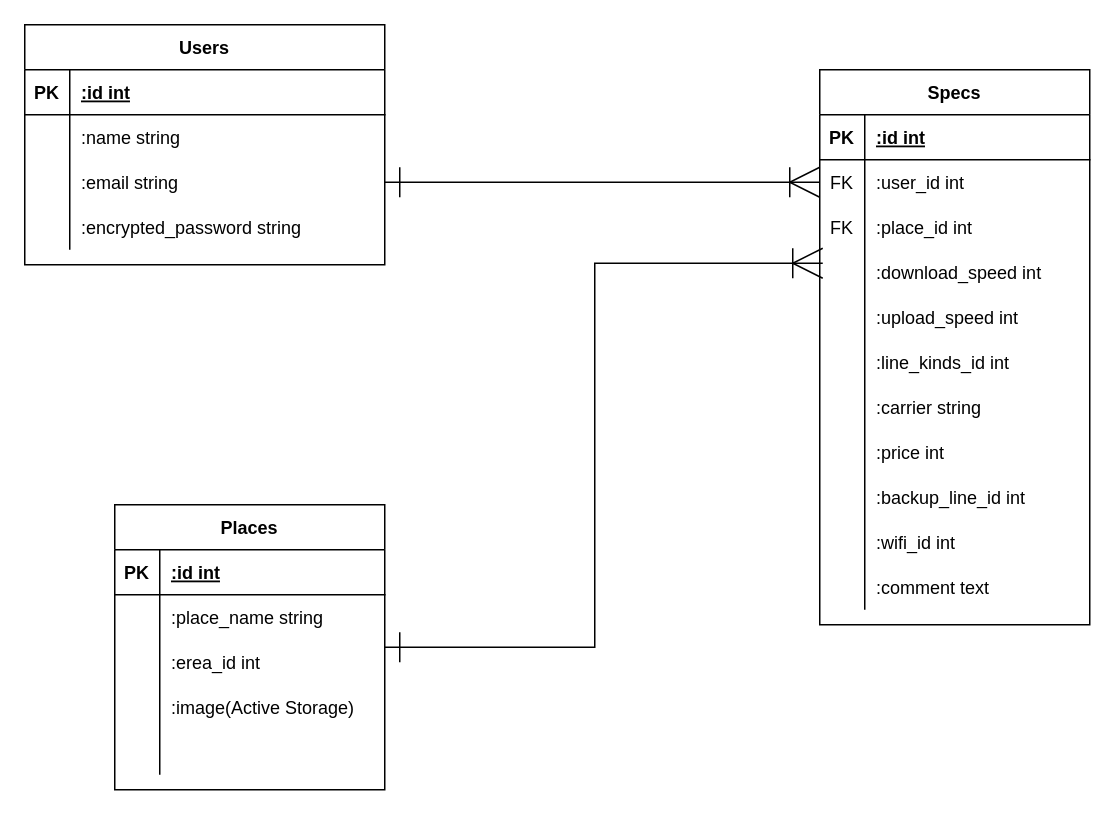
Earlier version of the draw.io diagram evels-review.dio (Kurikoko/evels-review). Source tidied: cells renumbered, new cells numbered last; positions are measured from the earlier drawing's top-left corner, leaving out a move shared by most shapes. Both pictures are drawn from the tidied source at 150%, with x=0, y=0 at pixel (24, 24).
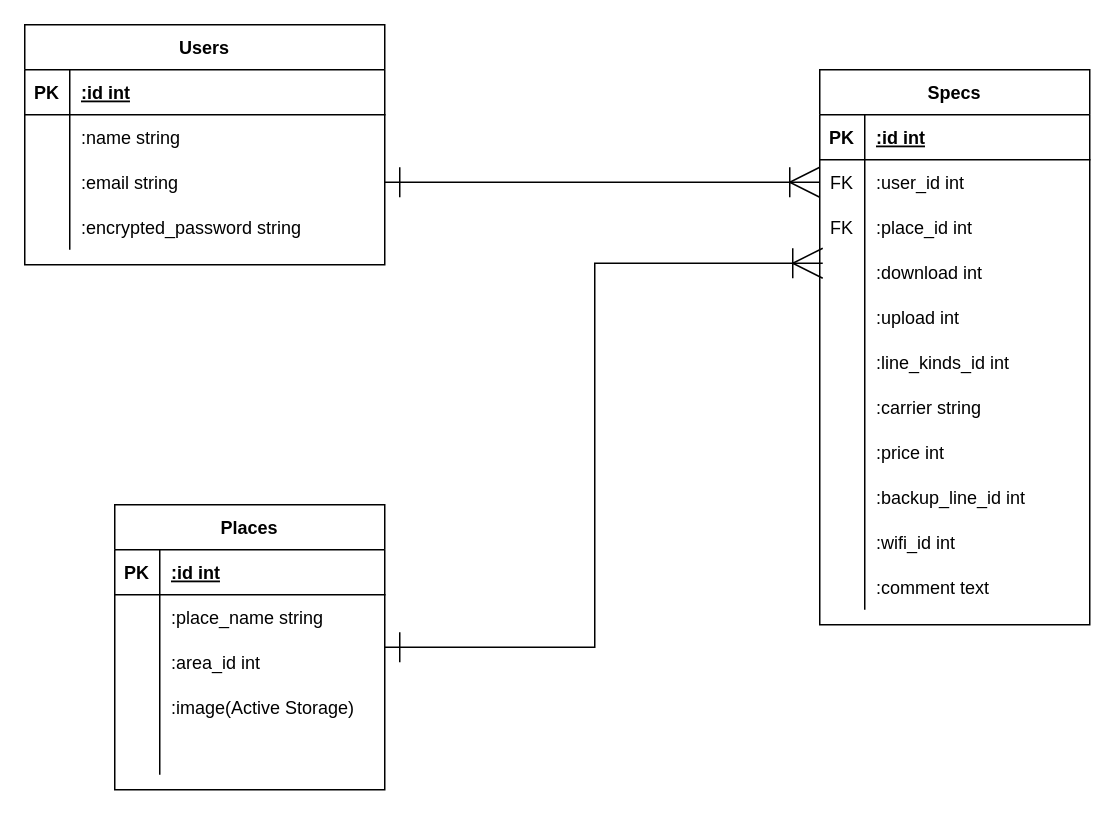
The same page after the edit.

The change refers to these unchanged cells:
```xml
<mxCell id="25" style="shape=partialRectangle;fillColor=none;top=0;left=0;bottom=0;right=0;" parent="15" vertex="1">
  <mxGeometry y="120" width="180" height="30" as="geometry" />
</mxCell>
<mxCell id="28" style="shape=partialRectangle;fillColor=none;top=0;left=0;bottom=0;right=0;" parent="15" vertex="1">
  <mxGeometry y="150" width="180" height="30" as="geometry" />
</mxCell>
<mxCell id="57" style="shape=partialRectangle;fillColor=none;top=0;left=0;bottom=0;right=0;" parent="50" vertex="1">
  <mxGeometry y="90" width="180" height="30" as="geometry" />
</mxCell>
```

Diff of the diagram source:
```diff
@@
-    <mxCell id="27" value=":download_speed int" style="shape=partialRectangle;fillColor=none;top=0;left=0;bottom=0;right=0;align=left;spacingLeft=6;overflow=hidden;" parent="25" vertex="1">
+    <mxCell id="27" value=":download int" style="shape=partialRectangle;fillColor=none;top=0;left=0;bottom=0;right=0;align=left;spacingLeft=6;overflow=hidden;" parent="25" vertex="1">
       <mxGeometry x="30" width="150" height="30" as="geometry" />
     </mxCell>
@@
-    <mxCell id="30" value=":upload_speed int" style="shape=partialRectangle;fillColor=none;top=0;left=0;bottom=0;right=0;align=left;spacingLeft=6;overflow=hidden;" parent="28" vertex="1">
+    <mxCell id="30" value=":upload int" style="shape=partialRectangle;fillColor=none;top=0;left=0;bottom=0;right=0;align=left;spacingLeft=6;overflow=hidden;" parent="28" vertex="1">
       <mxGeometry x="30" width="150" height="30" as="geometry" />
     </mxCell>
@@
-    <mxCell id="59" value=":erea_id int " style="shape=partialRectangle;fillColor=none;top=0;left=0;bottom=0;right=0;align=left;spacingLeft=6;overflow=hidden;" parent="57" vertex="1">
+    <mxCell id="59" value=":area_id int " style="shape=partialRectangle;fillColor=none;top=0;left=0;bottom=0;right=0;align=left;spacingLeft=6;overflow=hidden;" parent="57" vertex="1">
       <mxGeometry x="30" width="150" height="30" as="geometry" />
     </mxCell>
```
